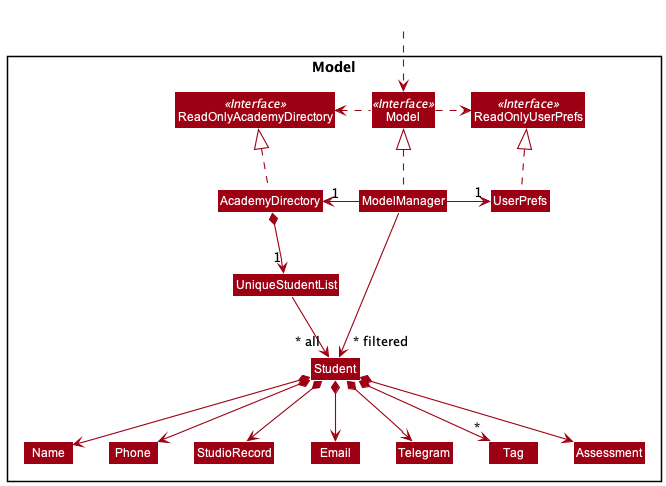
Before: docs/images/dg/architecture/model/ModelClassDiagram.png, a diagram exported from PlantUML (nus-cs2103-AY2122S1/tp). The source it was exported from:
```plantuml
@startuml
!include style.puml
skinparam arrowThickness 1.1
skinparam arrowColor MODEL_COLOR
skinparam classBackgroundColor MODEL_COLOR

Package Model <<Rectangle>>{
Interface ReadOnlyAcademyDirectory <<Interface>>
Interface ReadOnlyUserPrefs <<Interface>>
Interface Model <<Interface>>
Class AcademyDirectory
Class ReadOnlyAcademyDirectory
Class Model
Class ModelManager
Class UserPrefs
Class ReadOnlyUserPrefs


Class UniqueStudentList
Class Student
Class StudioRecord
Class Email
Class Telegram
Class Name
Class Phone
Class Tag
Class Assessment

}

Class HiddenOutside #FFFFFF
HiddenOutside ..> Model

AcademyDirectory .up.|> ReadOnlyAcademyDirectory

ModelManager .up.|> Model
Model .right.> ReadOnlyUserPrefs
Model .left.> ReadOnlyAcademyDirectory
ModelManager -left-> "1" AcademyDirectory
ModelManager -right-> "1" UserPrefs
UserPrefs .up.|> ReadOnlyUserPrefs

AcademyDirectory *--> "1" UniqueStudentList
UniqueStudentList --> "~* all" Student
Student *--> Name
Student *--> Phone
Student *--> Email
Student *--> Telegram
Student *--> StudioRecord
Student *--> Assessment
Student *--> "*" Tag

Name -[hidden]right-> Phone
Phone -[hidden]right-> StudioRecord
StudioRecord -[hidden]right-> Email
Email -[hidden]right-> Telegram

ModelManager -->"~* filtered" Student
@enduml
```
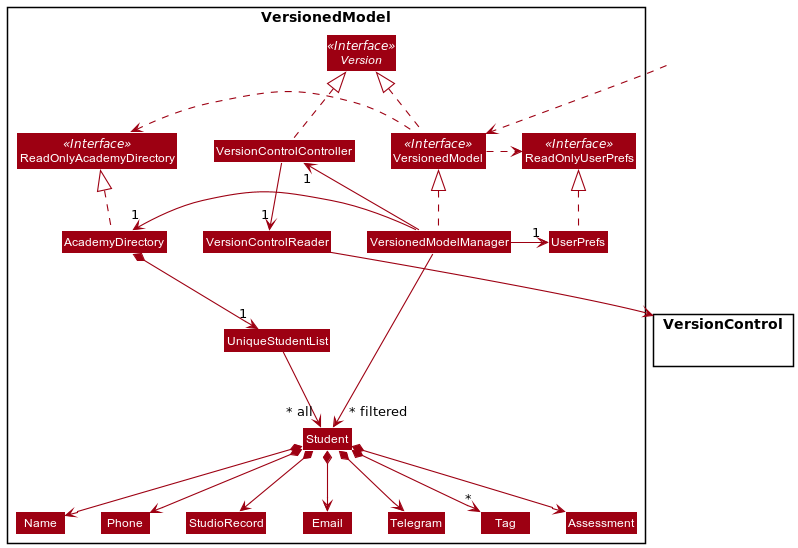
Later version of the same file.

The edit, as a diff of the source:
```diff
@@ -1,17 +1,21 @@
 @startuml
-!include style.puml
+!include ../../style.puml
 skinparam arrowThickness 1.1
 skinparam arrowColor MODEL_COLOR
 skinparam classBackgroundColor MODEL_COLOR
 
-Package Model <<Rectangle>>{
+Package VersionedModel <<Rectangle>> {
 Interface ReadOnlyAcademyDirectory <<Interface>>
 Interface ReadOnlyUserPrefs <<Interface>>
-Interface Model <<Interface>>
+Interface Version <<Interface>>
+Interface VersionedModel <<Interface>>
+
 Class AcademyDirectory
 Class ReadOnlyAcademyDirectory
-Class Model
-Class ModelManager
+Class VersionedModel
+Class VersionedModelManager
+Class VersionControlController
+Class VersionControlReader
 Class UserPrefs
 Class ReadOnlyUserPrefs
 
@@ -25,20 +29,29 @@
 Class Phone
 Class Tag
 Class Assessment
+}
+
+Package VersionControl {
 
 }
 
 Class HiddenOutside #FFFFFF
-HiddenOutside ..> Model
+HiddenOutside ..> VersionedModel
+
+VersionedModel .right.> ReadOnlyUserPrefs
+VersionedModel .left.> ReadOnlyAcademyDirectory
+VersionedModel .up.|> Version
 
 AcademyDirectory .up.|> ReadOnlyAcademyDirectory
+VersionedModelManager .up.|> VersionedModel
+UserPrefs .up.|> ReadOnlyUserPrefs
+VersionControlController .up.|> Version
+VersionControlController -down-> "1" VersionControlReader
+VersionControlReader --> VersionControl
 
-ModelManager .up.|> Model
-Model .right.> ReadOnlyUserPrefs
-Model .left.> ReadOnlyAcademyDirectory
-ModelManager -left-> "1" AcademyDirectory
-ModelManager -right-> "1" UserPrefs
-UserPrefs .up.|> ReadOnlyUserPrefs
+VersionedModelManager -left-> "1" AcademyDirectory
+VersionedModelManager -right-> "1" UserPrefs
+VersionedModelManager -left-> "1" VersionControlController
 
 AcademyDirectory *--> "1" UniqueStudentList
 UniqueStudentList --> "~* all" Student
@@ -55,5 +68,5 @@
 StudioRecord -[hidden]right-> Email
 Email -[hidden]right-> Telegram
 
-ModelManager -->"~* filtered" Student
+VersionedModelManager -->"~* filtered" Student
 @enduml
```
